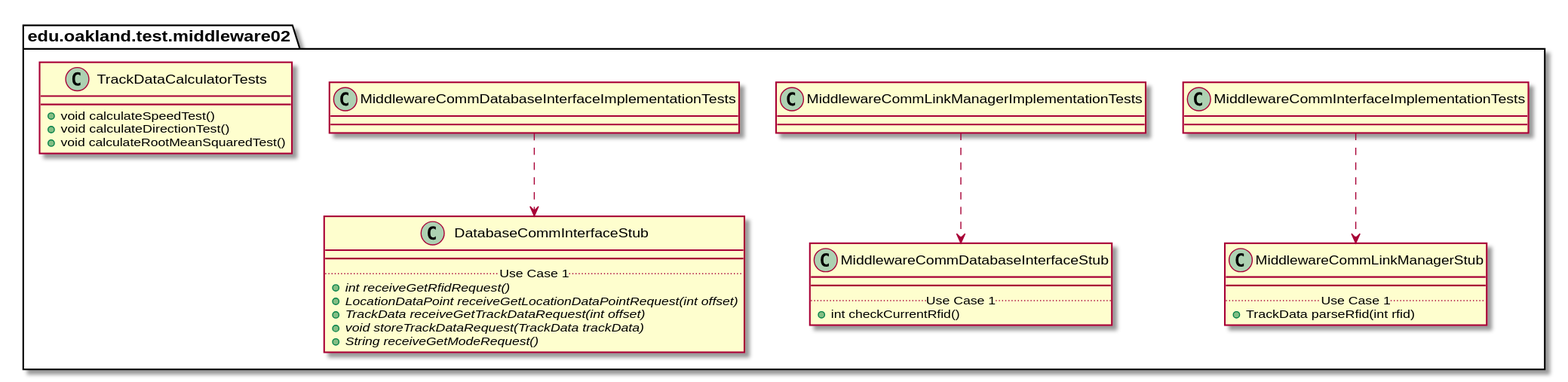
This is docs/uml-class-diagrams/middleware02/test/Middleware02TestPackage_InternalDependencies.svg from andrewdimmer/csi-3370-software-project, a PlantUML export, as it was before one commit.
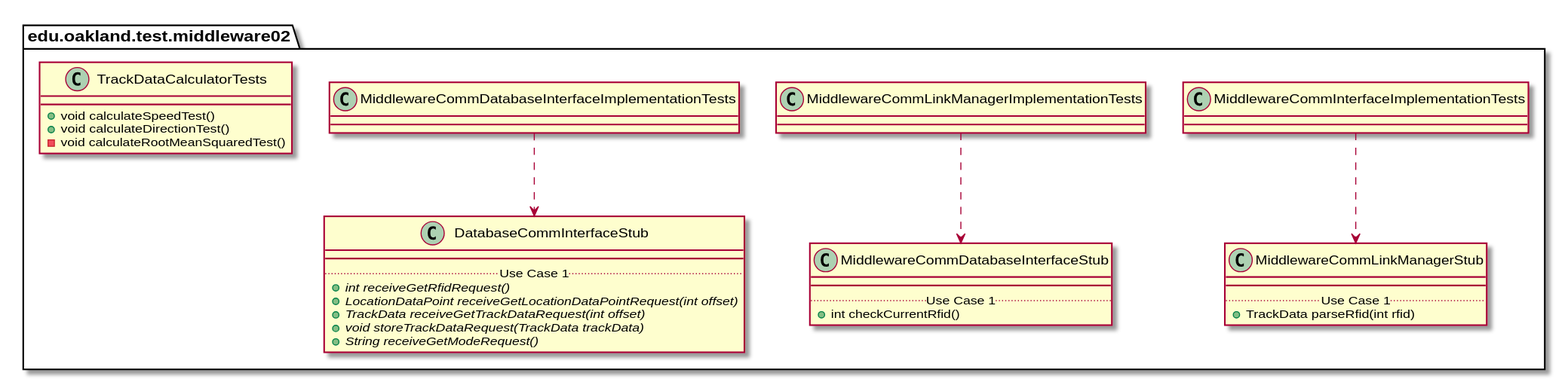
After the change.

Change to the diagram source:
```diff
@@ -67,7 +67,7 @@
     class TrackDataCalculatorTests {
       + void calculateSpeedTest()
       + void calculateDirectionTest()
-      + void calculateRootMeanSquaredTest()
+      - void calculateRootMeanSquaredTest()
     }
 }
 
```
